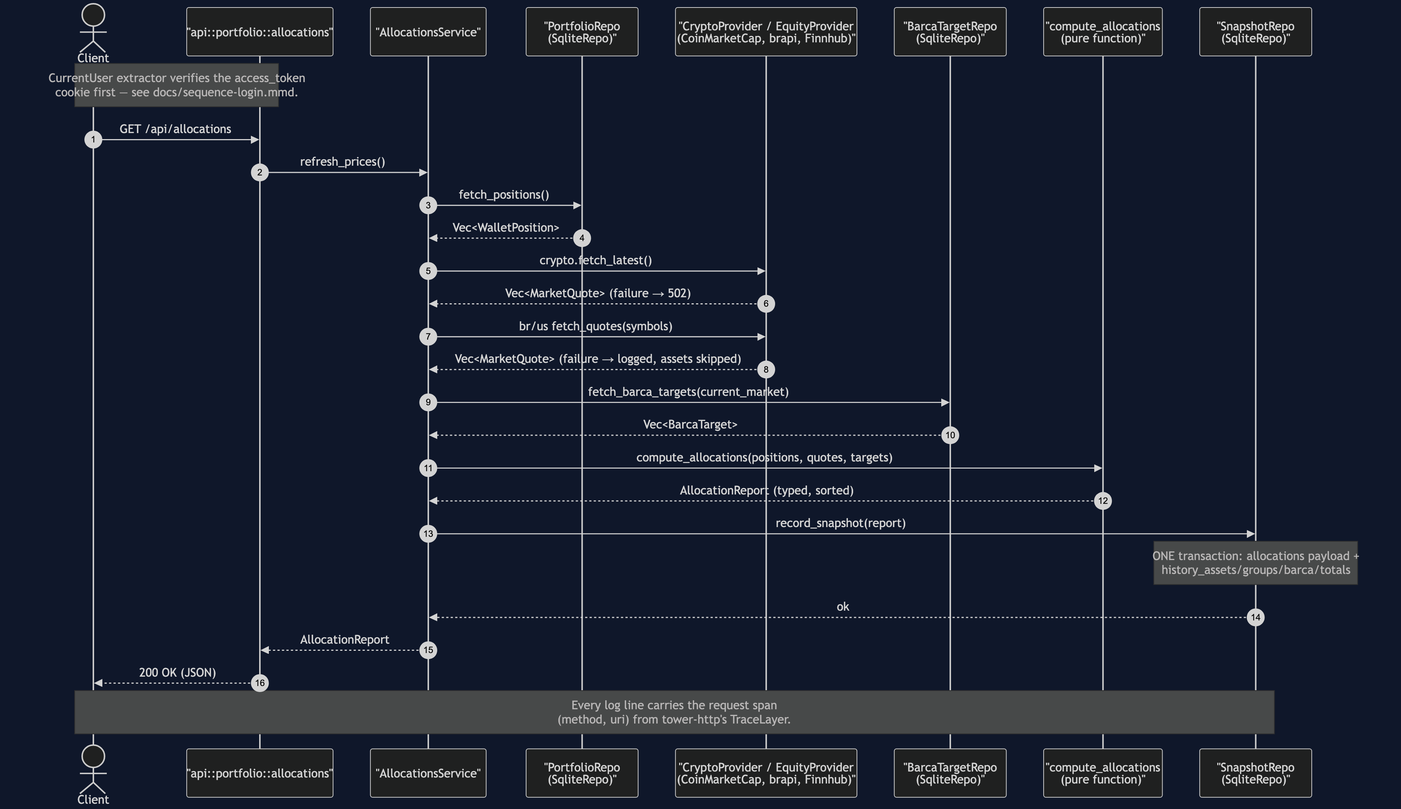
The Mermaid diagram docs/sequence-allocations.png in rchau73/crypto_management, before a commit. Its source is kept beside it as docs/sequence-allocations.mmd.
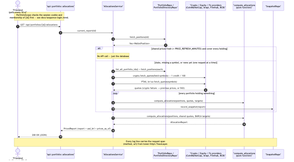
The same diagram one commit later.

The edit, as a diff of the source:
```diff
@@ -1,38 +1,36 @@
 sequenceDiagram
     autonumber
-    actor Client
+    actor Client as "Frontend<br/>(polls every 10 s)"
     participant Handler as "api::portfolio::allocations"
     participant Alloc as "AllocationsService"
-    participant Portfolio as "PortfolioRepo<br/>(SqliteRepo)"
-    participant Providers as "CryptoProvider / EquityProvider<br/>(CoinMarketCap, brapi, Finnhub)"
-    participant Barca as "BarcaTargetRepo<br/>(SqliteRepo)"
+    participant Portfolio as "PortfolioRepo /<br/>PortfolioDirectoryRepo"
+    participant Providers as "Crypto / Equity / Fx providers<br/>(CoinMarketCap, brapi, Finnhub, BCB)"
     participant Compute as "compute_allocations<br/>(pure function)"
-    participant Snap as "SnapshotRepo<br/>(SqliteRepo)"
+    participant Snap as "SnapshotRepo"
 
-    Note over Client,Handler: CurrentUser extractor verifies the access_token<br/>cookie first — see docs/sequence-login.mmd.
+    Note over Client,Handler: PortfolioScope checks the session cookie and<br/>membership of {id} first — see docs/sequence-login.mmd.
 
-    Client->>Handler: GET /api/allocations
-    Handler->>Alloc: refresh_prices()
-
-    Alloc->>Portfolio: fetch_positions()
+    Client->>Handler: GET /api/portfolios/{id}/allocations
+    Handler->>Alloc: current_report(id)
+    Alloc->>Portfolio: fetch_positions(id)
     Portfolio-->>Alloc: Vec<WalletPosition>
 
-    Alloc->>Providers: crypto.fetch_latest()
-    Providers-->>Alloc: Vec<MarketQuote> (failure → 502)
-    Alloc->>Providers: br/us fetch_quotes(symbols)
-    Providers-->>Alloc: Vec<MarketQuote> (failure → logged, assets skipped)
+    alt shared prices fresh (< PRICE_REFRESH_MINUTES) and cover every holding
+        Note over Alloc: No API call — just the database
+    else stale, missing a symbol, or none yet (one request at a time)
+        Alloc->>Portfolio: list_all_portfolio_ids() + fetch_positions(each)
+        Alloc->>Providers: crypto.fetch_quotes(held symbols) — 1 credit / 100
+        Alloc->>Providers: PTAX, br/us fetch_quotes(symbols)
+        Providers-->>Alloc: quotes (crypto failure → previous prices, or 502)
+        loop every portfolio holding something
+            Alloc->>Compute: compute_allocations(positions, quotes, targets)
+            Alloc->>Snap: record_snapshot(report)
+        end
+    end
 
-    Alloc->>Barca: fetch_barca_targets(current_market)
-    Barca-->>Alloc: Vec<BarcaTarget>
-
-    Alloc->>Compute: compute_allocations(positions, quotes, targets)
-    Compute-->>Alloc: AllocationReport (typed, sorted)
-
-    Alloc->>Snap: record_snapshot(report)
-    Note over Snap: ONE transaction: allocations payload +<br/>history_assets/groups/barca/totals
-    Snap-->>Alloc: ok
-
-    Alloc-->>Handler: AllocationReport
+    Alloc->>Compute: compute_allocations(positions, shared quotes, BARCA targets)
+    Compute-->>Alloc: AllocationReport
+    Alloc-->>Handler: PricedReport (report + usd_brl + prices_as_of)
     Handler-->>Client: 200 OK (JSON)
 
     Note over Client,Snap: Every log line carries the request span<br/>(method, uri) from tower-http's TraceLayer.
```
